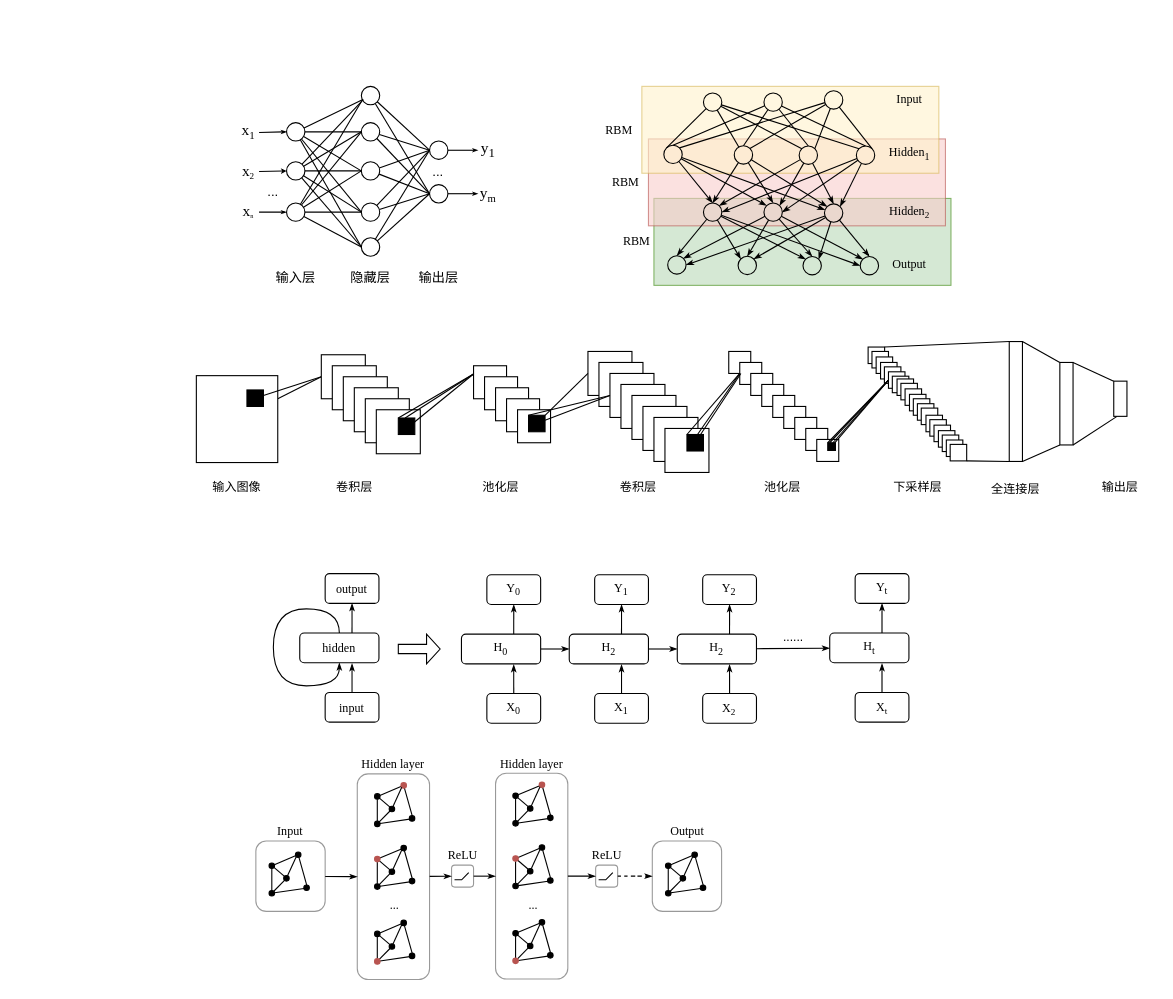
Before: page "第 10 页" (10 of 10) of 故障诊断流程图.drawio in GPlaying/brain_map, a draw.io diagram. Source tidied: cells renumbered, new cells numbered last; positions are measured from the earlier drawing's top-left corner, leaving out a move shared by most shapes. Both pictures are drawn from the tidied source at 110%, with x=0, y=0 at pixel (196, 86).
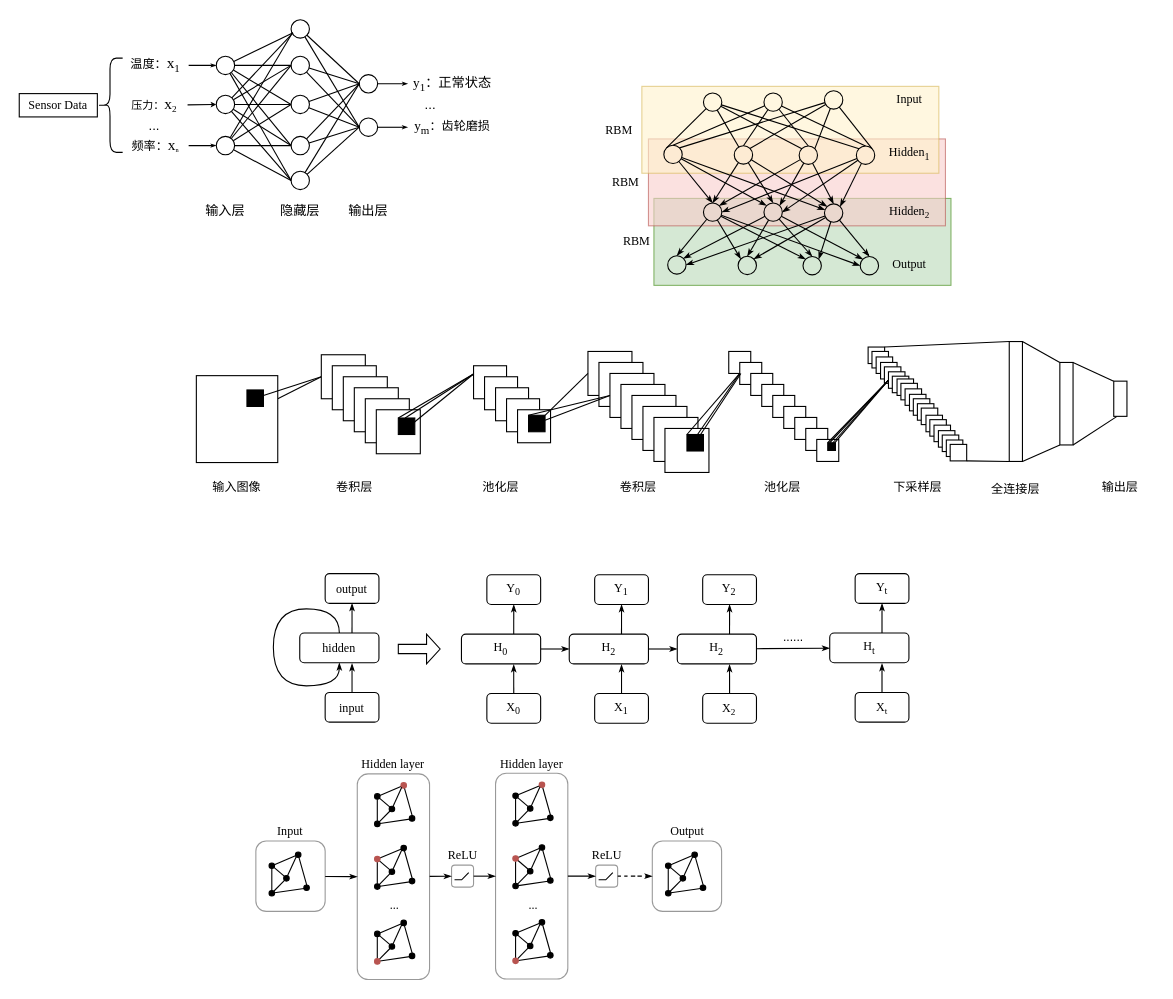
Above is the later version.

Commit message (it also covers changes not shown here):
更新故障诊断流程图.drawio

Unchanged cells that the change refers to:
```xml
<mxCell id="7" style="group;" parent="1" vertex="1">
  <mxGeometry x="82" y="4" width="110.6" height="185" as="geometry" />
</mxCell>
```

What changed in the source:
```diff
@@
     <mxCell id="8" style="ellipse;whiteSpace=wrap;html=1;fontFamily=Times New Roman;fontSize=12;fillColor=none;" parent="7" vertex="1">
-      <mxGeometry y="29" width="16.7" height="16.7" as="geometry" />
+      <mxGeometry x="-63.9" y="-31.4" width="16.7" height="16.7" as="geometry" />
     </mxCell>
     <mxCell id="9" style="ellipse;whiteSpace=wrap;html=1;fontFamily=Times New Roman;fontSize=12;fillColor=none;" parent="7" vertex="1">
-      <mxGeometry y="64.5" width="16.7" height="16.7" as="geometry" />
+      <mxGeometry x="-63.9" y="4.1" width="16.7" height="16.7" as="geometry" />
     </mxCell>
     <mxCell id="10" style="ellipse;whiteSpace=wrap;html=1;fontFamily=Times New Roman;fontSize=12;fillColor=none;" parent="7" vertex="1">
-      <mxGeometry x="68" y="-4" width="16.7" height="16.7" as="geometry" />
+      <mxGeometry x="4.1" y="-64.5" width="16.7" height="16.7" as="geometry" />
     </mxCell>
@@
     <mxCell id="13" style="ellipse;whiteSpace=wrap;html=1;fontFamily=Times New Roman;fontSize=12;fillColor=none;" parent="7" vertex="1">
-      <mxGeometry x="68" y="29" width="16.7" height="16.7" as="geometry" />
+      <mxGeometry x="4.1" y="-31.4" width="16.7" height="16.7" as="geometry" />
     </mxCell>
@@
     <mxCell id="16" style="ellipse;whiteSpace=wrap;html=1;fontFamily=Times New Roman;fontSize=12;fillColor=none;" parent="7" vertex="1">
-      <mxGeometry x="68" y="64.5" width="16.7" height="16.7" as="geometry" />
+      <mxGeometry x="4.1" y="4.1" width="16.7" height="16.7" as="geometry" />
     </mxCell>
@@
     <mxCell id="19" style="ellipse;whiteSpace=wrap;html=1;fontFamily=Times New Roman;fontSize=12;fillColor=none;" parent="7" vertex="1">
-      <mxGeometry x="68" y="102" width="16.7" height="16.7" as="geometry" />
+      <mxGeometry x="4.1" y="41.5" width="16.7" height="16.7" as="geometry" />
     </mxCell>
@@
     <mxCell id="22" value="&lt;font face=&quot;宋体&quot;&gt;隐藏层&lt;/font&gt;" style="text;html=1;strokeColor=none;fillColor=none;align=center;verticalAlign=middle;whiteSpace=wrap;rounded=0;" parent="7" vertex="1">
-      <mxGeometry x="53" y="159" width="47" height="21" as="geometry" />
+      <mxGeometry x="-10.9" y="98.5" width="47" height="21" as="geometry" />
     </mxCell>
     <mxCell id="23" style="ellipse;whiteSpace=wrap;html=1;fontFamily=Times New Roman;fontSize=12;fillColor=none;" parent="7" vertex="1">
-      <mxGeometry x="68" y="133.7" width="16.7" height="16.7" as="geometry" />
+      <mxGeometry x="4.1" y="73.2" width="16.7" height="16.7" as="geometry" />
     </mxCell>
@@
     <mxCell id="26" value="&lt;font face=&quot;宋体&quot;&gt;输入层&lt;/font&gt;" style="text;html=1;strokeColor=none;fillColor=none;align=center;verticalAlign=middle;whiteSpace=wrap;rounded=0;" parent="7" vertex="1">
-      <mxGeometry x="-15" y="159" width="47" height="21" as="geometry" />
+      <mxGeometry x="-78.9" y="98.5" width="47" height="21" as="geometry" />
     </mxCell>
@@
     <mxCell id="28" style="ellipse;whiteSpace=wrap;html=1;fontFamily=Times New Roman;fontSize=12;fillColor=none;" parent="1" vertex="1">
-      <mxGeometry x="212" y="49.7" width="16.7" height="16.7" as="geometry" />
+      <mxGeometry x="148.1" y="-10.7" width="16.7" height="16.7" as="geometry" />
     </mxCell>
@@
     <mxCell id="30" style="ellipse;whiteSpace=wrap;html=1;fontFamily=Times New Roman;fontSize=12;fillColor=none;" parent="1" vertex="1">
-      <mxGeometry x="212" y="89.3" width="16.7" height="16.7" as="geometry" />
+      <mxGeometry x="148.1" y="28.8" width="16.7" height="16.7" as="geometry" />
     </mxCell>
@@
     <mxCell id="41" style="ellipse;whiteSpace=wrap;html=1;fontFamily=Times New Roman;fontSize=12;fillColor=none;" parent="1" vertex="1">
-      <mxGeometry x="82" y="106" width="16.7" height="16.7" as="geometry" />
+      <mxGeometry x="18.1" y="45.5" width="16.7" height="16.7" as="geometry" />
     </mxCell>
@@
-    <mxCell id="48" value="&lt;font face=&quot;Times New Roman&quot;&gt;&lt;font style=&quot;font-size: 14px;&quot;&gt;x&lt;/font&gt;&lt;sub&gt;&lt;font style=&quot;font-size: 10px;&quot;&gt;1&lt;/font&gt;&lt;/sub&gt;&lt;/font&gt;" style="text;html=1;strokeColor=none;fillColor=none;align=center;verticalAlign=middle;whiteSpace=wrap;rounded=0;" parent="1" vertex="1">
-      <mxGeometry x="38" y="34.7" width="19" height="15" as="geometry" />
+    <mxCell id="48" value="&lt;font face=&quot;宋体&quot; style=&quot;font-size: 11px;&quot;&gt;温度：&lt;/font&gt;&lt;font style=&quot;font-family: &amp;quot;Times New Roman&amp;quot;; font-size: 14px;&quot;&gt;x&lt;/font&gt;&lt;sub style=&quot;font-family: &amp;quot;Times New Roman&amp;quot;;&quot;&gt;&lt;font style=&quot;font-size: 10px;&quot;&gt;1&lt;/font&gt;&lt;/sub&gt;" style="text;html=1;strokeColor=none;fillColor=none;align=center;verticalAlign=middle;whiteSpace=wrap;rounded=0;" parent="1" vertex="1">
+      <mxGeometry x="-67" y="-26.6" width="60" height="15" as="geometry" />
     </mxCell>
@@
-    <mxCell id="50" value="&lt;font face=&quot;Times New Roman&quot;&gt;&lt;font style=&quot;font-size: 14px;&quot;&gt;x&lt;/font&gt;&lt;font style=&quot;font-size: 10px;&quot;&gt;&lt;sub&gt;2&lt;/sub&gt;&lt;/font&gt;&lt;/font&gt;" style="text;html=1;strokeColor=none;fillColor=none;align=center;verticalAlign=middle;whiteSpace=wrap;rounded=0;" parent="1" vertex="1">
-      <mxGeometry x="38" y="70.2" width="19" height="15" as="geometry" />
+    <mxCell id="50" value="&lt;font face=&quot;宋体&quot; size=&quot;1&quot; style=&quot;&quot;&gt;压力：&lt;/font&gt;&lt;font style=&quot;font-family: &amp;quot;Times New Roman&amp;quot;; font-size: 14px;&quot;&gt;x&lt;/font&gt;&lt;font style=&quot;font-family: &amp;quot;Times New Roman&amp;quot;; font-size: 10px;&quot;&gt;&lt;sub&gt;2&lt;/sub&gt;&lt;/font&gt;" style="text;html=1;strokeColor=none;fillColor=none;align=center;verticalAlign=middle;whiteSpace=wrap;rounded=0;" parent="1" vertex="1">
+      <mxGeometry x="-68" y="9.7" width="60" height="15" as="geometry" />
     </mxCell>
@@
-    <mxCell id="52" value="&lt;font face=&quot;Times New Roman&quot;&gt;&lt;font style=&quot;font-size: 14px;&quot;&gt;x&lt;/font&gt;&lt;font style=&quot;font-size: 6.94444px;&quot;&gt;&lt;sub&gt;n&lt;/sub&gt;&lt;/font&gt;&lt;/font&gt;" style="text;html=1;strokeColor=none;fillColor=none;align=center;verticalAlign=middle;whiteSpace=wrap;rounded=0;" parent="1" vertex="1">
-      <mxGeometry x="38" y="106.8" width="19" height="15" as="geometry" />
+    <mxCell id="52" value="&lt;font face=&quot;宋体&quot; style=&quot;font-size: 11px;&quot;&gt;频率：&lt;/font&gt;&lt;font style=&quot;font-family: &amp;quot;Times New Roman&amp;quot;; font-size: 14px;&quot;&gt;x&lt;/font&gt;&lt;font style=&quot;font-family: &amp;quot;Times New Roman&amp;quot;; font-size: 6.94444px;&quot;&gt;&lt;sub&gt;n&lt;/sub&gt;&lt;/font&gt;" style="text;html=1;strokeColor=none;fillColor=none;align=center;verticalAlign=middle;whiteSpace=wrap;rounded=0;" parent="1" vertex="1">
+      <mxGeometry x="-67" y="46.4" width="60" height="15" as="geometry" />
     </mxCell>
     <mxCell id="53" value="..." style="text;html=1;strokeColor=none;fillColor=none;align=center;verticalAlign=middle;whiteSpace=wrap;rounded=0;" parent="1" vertex="1">
-      <mxGeometry x="50" y="89.3" width="40.3" height="13.7" as="geometry" />
+      <mxGeometry x="-58.1" y="28.8" width="40.3" height="13.7" as="geometry" />
     </mxCell>
     <mxCell id="54" value="..." style="text;html=1;strokeColor=none;fillColor=none;align=center;verticalAlign=middle;whiteSpace=wrap;rounded=0;" parent="1" vertex="1">
-      <mxGeometry x="200.2" y="70.9" width="40.3" height="13.7" as="geometry" />
+      <mxGeometry x="192.6" y="10.4" width="40.3" height="13.7" as="geometry" />
     </mxCell>
-    <mxCell id="55" value="&lt;span style=&quot;font-size: 14px;&quot;&gt;&lt;font face=&quot;Times New Roman&quot;&gt;y&lt;sub&gt;1&lt;/sub&gt;&lt;/font&gt;&lt;/span&gt;" style="text;html=1;strokeColor=none;fillColor=none;align=center;verticalAlign=middle;whiteSpace=wrap;rounded=0;" parent="1" vertex="1">
-      <mxGeometry x="256" y="50.6" width="19" height="15" as="geometry" />
+    <mxCell id="55" value="&lt;div style=&quot;&quot;&gt;&lt;span style=&quot;font-family: &amp;quot;Times New Roman&amp;quot;; background-color: initial;&quot;&gt;y&lt;/span&gt;&lt;sub style=&quot;font-family: &amp;quot;Times New Roman&amp;quot;; background-color: initial;&quot;&gt;1&lt;/sub&gt;&lt;span style=&quot;background-color: initial;&quot;&gt;&lt;font style=&quot;font-size: 12px;&quot; face=&quot;宋体&quot;&gt;：&lt;/font&gt;&lt;/span&gt;&lt;span style=&quot;background-color: initial;&quot;&gt;&lt;font style=&quot;font-size: 12px;&quot; face=&quot;宋体&quot;&gt;正常状态&lt;/font&gt;&lt;/span&gt;&lt;/div&gt;" style="text;html=1;strokeColor=none;fillColor=none;align=center;verticalAlign=middle;whiteSpace=wrap;rounded=0;" parent="1" vertex="1">
+      <mxGeometry x="192.1" y="-9.9" width="82" height="15" as="geometry" />
     </mxCell>
-    <mxCell id="56" value="&lt;font face=&quot;Times New Roman&quot;&gt;&lt;span style=&quot;font-size: 14px;&quot;&gt;y&lt;/span&gt;&lt;span style=&quot;font-size: 11.6667px;&quot;&gt;&lt;sub&gt;m&lt;/sub&gt;&lt;/span&gt;&lt;/font&gt;" style="text;html=1;strokeColor=none;fillColor=none;align=center;verticalAlign=middle;whiteSpace=wrap;rounded=0;" parent="1" vertex="1">
-      <mxGeometry x="256" y="90.1" width="19" height="15" as="geometry" />
+    <mxCell id="56" value="&lt;font style=&quot;font-size: 12px;&quot;&gt;&lt;span style=&quot;font-family: &amp;quot;Times New Roman&amp;quot;;&quot;&gt;y&lt;/span&gt;&lt;sub style=&quot;font-family: &amp;quot;Times New Roman&amp;quot;;&quot;&gt;m&lt;/sub&gt;&lt;/font&gt;&lt;font face=&quot;宋体&quot; style=&quot;font-size: 11px;&quot;&gt;：齿轮磨损&lt;/font&gt;" style="text;html=1;strokeColor=none;fillColor=none;align=center;verticalAlign=middle;whiteSpace=wrap;rounded=0;" parent="1" vertex="1">
+      <mxGeometry x="192.1" y="29.7" width="82" height="15" as="geometry" />
     </mxCell>
     <mxCell id="57" value="&lt;font face=&quot;宋体&quot;&gt;输出层&lt;/font&gt;" style="text;html=1;strokeColor=none;fillColor=none;align=center;verticalAlign=middle;whiteSpace=wrap;rounded=0;" parent="1" vertex="1">
-      <mxGeometry x="197" y="163" width="47" height="21" as="geometry" />
+      <mxGeometry x="133.1" y="102.5" width="47" height="21" as="geometry" />
     </mxCell>
@@
+    <mxCell id="348" value="&lt;font face=&quot;Times New Roman&quot;&gt;Sensor Data&lt;/font&gt;" style="rounded=0;whiteSpace=wrap;html=1;fontFamily=Helvetica;fontSize=11;fontColor=default;" parent="1" vertex="1">
+      <mxGeometry x="-161" y="6.6" width="71" height="21.2" as="geometry" />
+    </mxCell>
+    <mxCell id="349" style="shape=curlyBracket;whiteSpace=wrap;html=1;rounded=1;labelPosition=left;verticalLabelPosition=middle;align=right;verticalAlign=middle;fontFamily=Helvetica;fontSize=11;fontColor=default;" parent="1" vertex="1">
+      <mxGeometry x="-90" y="-25.7" width="23" height="85.7" as="geometry" />
+    </mxCell>
```
